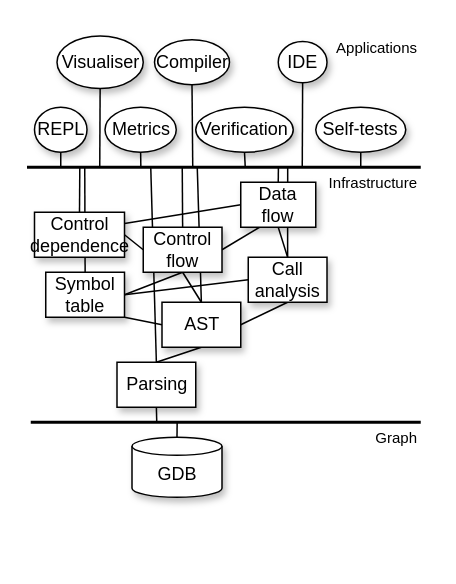
P4ELTE/P4Query keeps this draw.io diagram as publications/The_tool_intro/figures/arch-deps.drawio. Above is the earlier version. Source tidied: cells renumbered, new cells numbered last; positions are measured from the earlier drawing's top-left corner, leaving out a move shared by most shapes. Both pictures are drawn from the tidied source at 150%, with x=0, y=0 at pixel (27, 32).
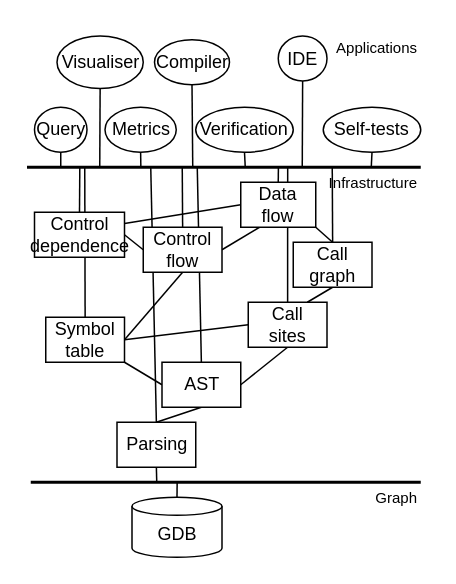
The same page after the edit.

Commit message (it also covers changes not shown here):
pub: moved gremlin part to S4.1, fixed cites (macs20 still missing) and refs, added related work (referl, java, c), fixes in deps figure, added filename to visualisation command

What changed in the source:
```diff
@@
-    <mxCell id="2" style="edgeStyle=none;rounded=0;jettySize=auto;html=1;exitX=0.5;exitY=0;exitDx=0;exitDy=0;exitPerimeter=0;endArrow=none;endFill=0;strokeWidth=1;fillColor=#ffffff;fontFamily=STIX;" parent="1" edge="1" source="3">
+    <mxCell id="2" style="edgeStyle=none;rounded=0;jettySize=auto;html=1;exitX=0.5;exitY=0;exitDx=0;exitDy=0;exitPerimeter=0;endArrow=none;endFill=0;strokeWidth=1;fillColor=#ffffff;fontFamily=STIX;shadow=0;" parent="1" edge="1" source="3">
       <mxGeometry relative="1" as="geometry">
-        <mxPoint x="99.6" y="260" as="targetPoint" />
+        <mxPoint x="99.6" y="300" as="targetPoint" />
       </mxGeometry>
     </mxCell>
-    <mxCell id="3" value="&lt;font face=&quot;STIX&quot;&gt;GDB&lt;/font&gt;" style="shape=cylinder3;whiteSpace=wrap;html=1;boundedLbl=1;backgroundOutline=1;size=6;shadow=1;" parent="1" vertex="1">
-      <mxGeometry x="69.5" y="270" width="60" height="40" as="geometry" />
+    <mxCell id="3" value="&lt;font face=&quot;STIX&quot;&gt;GDB&lt;/font&gt;" style="shape=cylinder3;whiteSpace=wrap;html=1;boundedLbl=1;backgroundOutline=1;size=6;shadow=0;" parent="1" vertex="1">
+      <mxGeometry x="69.5" y="310" width="60" height="40" as="geometry" />
     </mxCell>
-    <mxCell id="4" style="edgeStyle=none;rounded=0;jettySize=auto;html=1;exitX=0.5;exitY=1;exitDx=0;exitDy=0;endArrow=none;endFill=0;fillColor=#ffffff;fontFamily=STIX;" parent="1" edge="1" source="6">
+    <mxCell id="4" style="edgeStyle=none;rounded=0;jettySize=auto;html=1;exitX=0.5;exitY=1;exitDx=0;exitDy=0;endArrow=none;endFill=0;fillColor=#ffffff;fontFamily=STIX;shadow=0;" parent="1" edge="1" source="6">
       <mxGeometry relative="1" as="geometry">
-        <mxPoint x="86" y="260" as="targetPoint" />
+        <mxPoint x="86" y="300" as="targetPoint" />
       </mxGeometry>
     </mxCell>
-    <mxCell id="5" style="edgeStyle=none;rounded=0;jettySize=auto;html=1;exitX=0.5;exitY=0;exitDx=0;exitDy=0;endArrow=none;endFill=0;strokeWidth=1;fillColor=#ffffff;fontFamily=STIX;" parent="1" edge="1" source="6">
+    <mxCell id="5" style="edgeStyle=none;rounded=0;jettySize=auto;html=1;exitX=0.5;exitY=0;exitDx=0;exitDy=0;endArrow=none;endFill=0;strokeWidth=1;fillColor=#ffffff;fontFamily=STIX;shadow=0;" parent="1" edge="1" source="6">
       <mxGeometry relative="1" as="geometry">
         <mxPoint x="82" y="90" as="targetPoint" />
       </mxGeometry>
     </mxCell>
-    <mxCell id="6" value="Parsing" style="rounded=0;whiteSpace=wrap;html=1;fontFamily=STIX;shadow=1;" parent="1" vertex="1">
-      <mxGeometry x="59.5" y="220" width="52.5" height="30" as="geometry" />
+    <mxCell id="6" value="Parsing" style="rounded=0;whiteSpace=wrap;html=1;fontFamily=STIX;shadow=0;" parent="1" vertex="1">
+      <mxGeometry x="59.5" y="260" width="52.5" height="30" as="geometry" />
     </mxCell>
-    <mxCell id="7" style="edgeStyle=none;rounded=0;jettySize=auto;html=1;exitX=0.5;exitY=1;exitDx=0;exitDy=0;entryX=0.5;entryY=0;entryDx=0;entryDy=0;endArrow=none;endFill=0;fillColor=#ffffff;fontFamily=STIX;" parent="1" edge="1" source="30" target="6">
+    <mxCell id="7" style="edgeStyle=none;rounded=0;jettySize=auto;html=1;exitX=0.5;exitY=1;exitDx=0;exitDy=0;entryX=0.5;entryY=0;entryDx=0;entryDy=0;endArrow=none;endFill=0;fillColor=#ffffff;fontFamily=STIX;shadow=0;" parent="1" edge="1" source="30" target="6">
       <mxGeometry relative="1" as="geometry" />
     </mxCell>
-    <mxCell id="8" style="edgeStyle=none;rounded=0;jettySize=auto;html=1;exitX=1;exitY=1;exitDx=0;exitDy=0;entryX=0;entryY=0.5;entryDx=0;entryDy=0;endArrow=none;endFill=0;fillColor=#ffffff;fontFamily=STIX;" parent="1" edge="1" source="32" target="30">
+    <mxCell id="8" style="edgeStyle=none;rounded=0;jettySize=auto;html=1;exitX=1;exitY=1;exitDx=0;exitDy=0;entryX=0;entryY=0.5;entryDx=0;entryDy=0;endArrow=none;endFill=0;fillColor=#ffffff;fontFamily=STIX;shadow=0;" parent="1" edge="1" source="32" target="30">
       <mxGeometry relative="1" as="geometry" />
     </mxCell>
-    <mxCell id="9" style="edgeStyle=none;rounded=0;jettySize=auto;html=1;exitX=0;exitY=0.5;exitDx=0;exitDy=0;entryX=1;entryY=0.5;entryDx=0;entryDy=0;endArrow=none;endFill=0;fillColor=#ffffff;fontFamily=STIX;" parent="1" edge="1" source="34" target="32">
-      <mxGeometry relative="1" as="geometry" />
+    <mxCell id="9" style="edgeStyle=none;rounded=0;jettySize=auto;html=1;exitX=0;exitY=0.5;exitDx=0;exitDy=0;entryX=1;entryY=0.5;entryDx=0;entryDy=0;endArrow=none;endFill=0;fillColor=#ffffff;fontFamily=STIX;shadow=0;" parent="1" edge="1" target="32">
+      <mxGeometry relative="1" as="geometry">
+        <mxPoint x="147" y="195" as="sourcePoint" />
+      </mxGeometry>
     </mxCell>
-    <mxCell id="10" style="edgeStyle=none;rounded=0;jettySize=auto;html=1;exitX=0.5;exitY=1;exitDx=0;exitDy=0;entryX=1;entryY=0.5;entryDx=0;entryDy=0;endArrow=none;endFill=0;fillColor=#ffffff;fontFamily=STIX;" parent="1" edge="1" source="34" target="30">
+    <mxCell id="10" style="edgeStyle=none;rounded=0;jettySize=auto;html=1;exitX=0.5;exitY=1;exitDx=0;exitDy=0;entryX=1;entryY=0.5;entryDx=0;entryDy=0;endArrow=none;endFill=0;fillColor=#ffffff;fontFamily=STIX;shadow=0;" parent="1" edge="1" source="34" target="30">
       <mxGeometry relative="1" as="geometry" />
     </mxCell>
-    <mxCell id="11" style="edgeStyle=none;rounded=0;jettySize=auto;html=1;exitX=0.5;exitY=1;exitDx=0;exitDy=0;entryX=0.5;entryY=0;entryDx=0;entryDy=0;endArrow=none;endFill=0;fillColor=#ffffff;fontFamily=STIX;" parent="1" edge="1" source="36" target="30">
-      <mxGeometry relative="1" as="geometry" />
-    </mxCell>
-    <mxCell id="12" style="edgeStyle=none;rounded=0;jettySize=auto;html=1;exitX=0.5;exitY=1;exitDx=0;exitDy=0;entryX=1;entryY=0.5;entryDx=0;entryDy=0;endArrow=none;endFill=0;fillColor=#ffffff;fontFamily=STIX;" parent="1" edge="1" source="36" target="32">
+    <mxCell id="12" style="edgeStyle=none;rounded=0;jettySize=auto;html=1;exitX=0.5;exitY=1;exitDx=0;exitDy=0;entryX=1;entryY=0.5;entryDx=0;entryDy=0;endArrow=none;endFill=0;fillColor=#ffffff;fontFamily=STIX;shadow=0;" parent="1" edge="1" source="36" target="32">
       <mxGeometry relative="1" as="geometry" />
     </mxCell>
-    <mxCell id="13" style="edgeStyle=none;rounded=0;jettySize=auto;html=1;exitX=0;exitY=0.5;exitDx=0;exitDy=0;entryX=1;entryY=0.25;entryDx=0;entryDy=0;endArrow=none;endFill=0;fillColor=#ffffff;fontFamily=STIX;" parent="1" edge="1" source="38" target="40">
+    <mxCell id="13" style="edgeStyle=none;rounded=0;jettySize=auto;html=1;exitX=0;exitY=0.5;exitDx=0;exitDy=0;entryX=1;entryY=0.25;entryDx=0;entryDy=0;endArrow=none;endFill=0;fillColor=#ffffff;fontFamily=STIX;shadow=0;" parent="1" edge="1" source="38" target="40">
       <mxGeometry relative="1" as="geometry" />
     </mxCell>
-    <mxCell id="14" style="edgeStyle=none;rounded=0;jettySize=auto;html=1;exitX=0.5;exitY=1;exitDx=0;exitDy=0;entryX=0.5;entryY=0;entryDx=0;entryDy=0;endArrow=none;endFill=0;fillColor=#ffffff;fontFamily=STIX;" parent="1" edge="1" source="38" target="34">
+    <mxCell id="14" style="edgeStyle=none;rounded=0;jettySize=auto;html=1;exitX=1;exitY=1;exitDx=0;exitDy=0;entryX=0.5;entryY=0;entryDx=0;entryDy=0;endArrow=none;endFill=0;fillColor=#ffffff;fontFamily=STIX;shadow=0;" parent="1" edge="1" source="38" target="49">
       <mxGeometry relative="1" as="geometry" />
     </mxCell>
-    <mxCell id="15" style="edgeStyle=none;rounded=0;jettySize=auto;html=1;exitX=0.25;exitY=1;exitDx=0;exitDy=0;entryX=1;entryY=0.5;entryDx=0;entryDy=0;endArrow=none;endFill=0;fillColor=#ffffff;fontFamily=STIX;" parent="1" edge="1" source="38" target="36">
+    <mxCell id="15" style="edgeStyle=none;rounded=0;jettySize=auto;html=1;exitX=0.25;exitY=1;exitDx=0;exitDy=0;entryX=1;entryY=0.5;entryDx=0;entryDy=0;endArrow=none;endFill=0;fillColor=#ffffff;fontFamily=STIX;shadow=0;" parent="1" edge="1" source="38" target="36">
       <mxGeometry relative="1" as="geometry" />
     </mxCell>
-    <mxCell id="16" style="edgeStyle=none;rounded=0;jettySize=auto;html=1;exitX=1;exitY=0.5;exitDx=0;exitDy=0;entryX=0;entryY=0.5;entryDx=0;entryDy=0;endArrow=none;endFill=0;fillColor=#ffffff;fontFamily=STIX;" parent="1" edge="1" source="40" target="36">
+    <mxCell id="16" style="edgeStyle=none;rounded=0;jettySize=auto;html=1;exitX=1;exitY=0.5;exitDx=0;exitDy=0;entryX=0;entryY=0.5;entryDx=0;entryDy=0;endArrow=none;endFill=0;fillColor=#ffffff;fontFamily=STIX;shadow=0;" parent="1" edge="1" source="40" target="36">
       <mxGeometry relative="1" as="geometry" />
     </mxCell>
-    <mxCell id="17" style="edgeStyle=none;rounded=0;jettySize=auto;html=1;exitX=0.5;exitY=1;exitDx=0;exitDy=0;endArrow=none;endFill=0;fillColor=#ffffff;fontFamily=STIX;" parent="1" edge="1" source="18">
+    <mxCell id="17" style="edgeStyle=none;rounded=0;jettySize=auto;html=1;exitX=0.5;exitY=1;exitDx=0;exitDy=0;endArrow=none;endFill=0;fillColor=#ffffff;fontFamily=STIX;shadow=0;" parent="1" edge="1" source="18">
       <mxGeometry relative="1" as="geometry">
         <mxPoint x="110" y="90" as="targetPoint" />
       </mxGeometry>
     </mxCell>
-    <mxCell id="18" value="Compiler" style="ellipse;whiteSpace=wrap;html=1;fontFamily=STIX;shadow=1;" parent="1" vertex="1">
+    <mxCell id="18" value="Compiler" style="ellipse;whiteSpace=wrap;html=1;fontFamily=STIX;shadow=0;" parent="1" vertex="1">
       <mxGeometry x="84.5" y="5" width="50" height="30" as="geometry" />
     </mxCell>
-    <mxCell id="19" style="edgeStyle=none;rounded=0;jettySize=auto;html=1;exitX=0.5;exitY=1;exitDx=0;exitDy=0;endArrow=none;endFill=0;fillColor=#ffffff;fontFamily=STIX;" parent="1" edge="1" source="20">
+    <mxCell id="19" style="edgeStyle=none;rounded=0;jettySize=auto;html=1;exitX=0.5;exitY=1;exitDx=0;exitDy=0;endArrow=none;endFill=0;fillColor=#ffffff;fontFamily=STIX;shadow=0;" parent="1" edge="1" source="20">
       <mxGeometry relative="1" as="geometry">
         <mxPoint x="145" y="90" as="targetPoint" />
       </mxGeometry>
     </mxCell>
-    <mxCell id="20" value="Verification" style="ellipse;whiteSpace=wrap;html=1;fontFamily=STIX;shadow=1;" parent="1" vertex="1">
+    <mxCell id="20" value="Verification" style="ellipse;whiteSpace=wrap;html=1;fontFamily=STIX;shadow=0;" parent="1" vertex="1">
       <mxGeometry x="112" y="50" width="65" height="30" as="geometry" />
     </mxCell>
-    <mxCell id="21" style="edgeStyle=none;rounded=0;jettySize=auto;html=1;exitX=0.5;exitY=1;exitDx=0;exitDy=0;endArrow=none;endFill=0;strokeWidth=1;fillColor=#ffffff;fontFamily=STIX;" parent="1" edge="1" source="22">
+    <mxCell id="21" style="edgeStyle=none;rounded=0;jettySize=auto;html=1;exitX=0.5;exitY=1;exitDx=0;exitDy=0;endArrow=none;endFill=0;strokeWidth=1;fillColor=#ffffff;fontFamily=STIX;shadow=0;" parent="1" edge="1" source="22">
       <mxGeometry relative="1" as="geometry">
         <mxPoint x="75.4" y="90" as="targetPoint" />
       </mxGeometry>
     </mxCell>
-    <mxCell id="22" value="Metrics" style="ellipse;whiteSpace=wrap;html=1;fontFamily=STIX;shadow=1;" parent="1" vertex="1">
+    <mxCell id="22" value="Metrics" style="ellipse;whiteSpace=wrap;html=1;fontFamily=STIX;shadow=0;" parent="1" vertex="1">
       <mxGeometry x="51.5" y="50" width="47.5" height="30" as="geometry" />
     </mxCell>
-    <mxCell id="23" style="edgeStyle=none;rounded=0;jettySize=auto;html=1;exitX=0.5;exitY=1;exitDx=0;exitDy=0;endArrow=none;endFill=0;fillColor=#ffffff;fontFamily=STIX;" parent="1" edge="1" source="24">
+    <mxCell id="23" style="edgeStyle=none;rounded=0;jettySize=auto;html=1;exitX=0.5;exitY=1;exitDx=0;exitDy=0;endArrow=none;endFill=0;fillColor=#ffffff;fontFamily=STIX;shadow=0;" parent="1" edge="1" source="24">
       <mxGeometry relative="1" as="geometry">
         <mxPoint x="48" y="90" as="targetPoint" />
       </mxGeometry>
     </mxCell>
-    <mxCell id="24" value="Visualiser" style="ellipse;whiteSpace=wrap;html=1;fontFamily=STIX;shadow=1;" parent="1" vertex="1">
+    <mxCell id="24" value="Visualiser" style="ellipse;whiteSpace=wrap;html=1;fontFamily=STIX;shadow=0;" parent="1" vertex="1">
       <mxGeometry x="19.5" y="2.5" width="57.5" height="35" as="geometry" />
     </mxCell>
-    <mxCell id="25" style="edgeStyle=none;rounded=0;jettySize=auto;html=1;exitX=0.5;exitY=1;exitDx=0;exitDy=0;endArrow=none;endFill=0;fillColor=#ffffff;fontFamily=STIX;" parent="1" edge="1" source="26">
+    <mxCell id="25" style="edgeStyle=none;rounded=0;jettySize=auto;html=1;exitX=0.5;exitY=1;exitDx=0;exitDy=0;endArrow=none;endFill=0;fillColor=#ffffff;fontFamily=STIX;shadow=0;" parent="1" edge="1" source="26">
       <mxGeometry relative="1" as="geometry">
         <mxPoint x="22" y="90" as="targetPoint" />
       </mxGeometry>
     </mxCell>
-    <mxCell id="26" value="REPL" style="ellipse;whiteSpace=wrap;html=1;fontFamily=STIX;shadow=1;" parent="1" vertex="1">
+    <mxCell id="26" value="Query" style="ellipse;whiteSpace=wrap;html=1;fontFamily=STIX;shadow=0;" parent="1" vertex="1">
       <mxGeometry x="4.5" y="50" width="35" height="30" as="geometry" />
     </mxCell>
-    <mxCell id="27" style="edgeStyle=none;rounded=0;jettySize=auto;html=1;exitX=0.5;exitY=1;exitDx=0;exitDy=0;endArrow=none;endFill=0;fillColor=#ffffff;fontFamily=STIX;" parent="1" edge="1" source="28">
+    <mxCell id="27" style="edgeStyle=none;rounded=0;jettySize=auto;html=1;exitX=0.5;exitY=1;exitDx=0;exitDy=0;endArrow=none;endFill=0;fillColor=#ffffff;fontFamily=STIX;shadow=0;" parent="1" edge="1" source="28">
       <mxGeometry relative="1" as="geometry">
         <mxPoint x="183" y="90" as="targetPoint" />
       </mxGeometry>
     </mxCell>
-    <mxCell id="28" value="IDE" style="ellipse;whiteSpace=wrap;html=1;fontFamily=STIX;shadow=1;" parent="1" vertex="1">
-      <mxGeometry x="167" y="6.2" width="32.5" height="27.5" as="geometry" />
+    <mxCell id="28" value="IDE" style="ellipse;whiteSpace=wrap;html=1;fontFamily=STIX;shadow=0;" parent="1" vertex="1">
+      <mxGeometry x="167" y="2.5" width="32.5" height="30" as="geometry" />
     </mxCell>
-    <mxCell id="29" style="edgeStyle=none;rounded=0;jettySize=auto;html=1;exitX=0.5;exitY=0;exitDx=0;exitDy=0;endArrow=none;endFill=0;fillColor=#ffffff;fontFamily=STIX;" parent="1" edge="1" source="30">
+    <mxCell id="29" style="edgeStyle=none;rounded=0;jettySize=auto;html=1;exitX=0.5;exitY=0;exitDx=0;exitDy=0;endArrow=none;endFill=0;fillColor=#ffffff;fontFamily=STIX;shadow=0;" parent="1" edge="1" source="30">
       <mxGeometry relative="1" as="geometry">
         <mxPoint x="113" y="90" as="targetPoint" />
       </mxGeometry>
     </mxCell>
-    <mxCell id="30" value="&lt;font&gt;AST&lt;/font&gt;" style="rounded=0;whiteSpace=wrap;html=1;fontFamily=STIX;shadow=1;" parent="1" vertex="1">
-      <mxGeometry x="89.5" y="180" width="52.5" height="30" as="geometry" />
+    <mxCell id="30" value="&lt;font&gt;AST&lt;/font&gt;" style="rounded=0;whiteSpace=wrap;html=1;fontFamily=STIX;shadow=0;" parent="1" vertex="1">
+      <mxGeometry x="89.5" y="220" width="52.5" height="30" as="geometry" />
     </mxCell>
-    <mxCell id="31" style="edgeStyle=none;rounded=0;jettySize=auto;html=1;exitX=0.5;exitY=0;exitDx=0;exitDy=0;endArrow=none;endFill=0;fillColor=#ffffff;fontFamily=STIX;" parent="1" edge="1" source="32">
+    <mxCell id="31" style="edgeStyle=none;rounded=0;jettySize=auto;html=1;exitX=0.5;exitY=0;exitDx=0;exitDy=0;endArrow=none;endFill=0;fillColor=#ffffff;fontFamily=STIX;shadow=0;" parent="1" edge="1" source="32">
       <mxGeometry relative="1" as="geometry">
         <mxPoint x="38" y="90" as="targetPoint" />
       </mxGeometry>
     </mxCell>
-    <mxCell id="32" value="&lt;div&gt;Symbol&lt;br&gt;table&lt;br&gt;&lt;/div&gt;" style="rounded=0;whiteSpace=wrap;html=1;fontFamily=STIX;shadow=1;" parent="1" vertex="1">
-      <mxGeometry x="12" y="160" width="52.5" height="30" as="geometry" />
+    <mxCell id="32" value="&lt;div&gt;Symbol&lt;br&gt;table&lt;br&gt;&lt;/div&gt;" style="rounded=0;whiteSpace=wrap;html=1;fontFamily=STIX;shadow=0;" parent="1" vertex="1">
+      <mxGeometry x="12" y="190" width="52.5" height="30" as="geometry" />
     </mxCell>
-    <mxCell id="33" style="edgeStyle=none;rounded=0;jettySize=auto;html=1;exitX=0.5;exitY=0;exitDx=0;exitDy=0;endArrow=none;endFill=0;fillColor=#ffffff;fontFamily=STIX;" parent="1" edge="1" source="34">
+    <mxCell id="33" style="edgeStyle=none;rounded=0;jettySize=auto;html=1;exitX=0.5;exitY=0;exitDx=0;exitDy=0;endArrow=none;endFill=0;fillColor=#ffffff;fontFamily=STIX;shadow=0;" parent="1" edge="1" source="34">
       <mxGeometry relative="1" as="geometry">
         <mxPoint x="173.3" y="90" as="targetPoint" />
       </mxGeometry>
     </mxCell>
-    <mxCell id="34" value="&lt;div&gt;Call&lt;/div&gt;&lt;div&gt;analysis&lt;br&gt;&lt;/div&gt;" style="rounded=0;whiteSpace=wrap;html=1;fontFamily=STIX;shadow=1;" parent="1" vertex="1">
-      <mxGeometry x="147" y="150" width="52.5" height="30" as="geometry" />
+    <mxCell id="34" value="&lt;div&gt;Call&lt;/div&gt;sites" style="rounded=0;whiteSpace=wrap;html=1;fontFamily=STIX;shadow=0;" parent="1" vertex="1">
+      <mxGeometry x="147" y="180" width="52.5" height="30" as="geometry" />
     </mxCell>
-    <mxCell id="35" style="edgeStyle=none;rounded=0;jettySize=auto;html=1;exitX=0.5;exitY=0;exitDx=0;exitDy=0;endArrow=none;endFill=0;fillColor=#ffffff;fontFamily=STIX;" parent="1" edge="1" source="36">
+    <mxCell id="35" style="edgeStyle=none;rounded=0;jettySize=auto;html=1;exitX=0.5;exitY=0;exitDx=0;exitDy=0;endArrow=none;endFill=0;fillColor=#ffffff;fontFamily=STIX;shadow=0;" parent="1" edge="1" source="36">
       <mxGeometry relative="1" as="geometry">
         <mxPoint x="103" y="90" as="targetPoint" />
       </mxGeometry>
     </mxCell>
-    <mxCell id="36" value="Control flow" style="rounded=0;whiteSpace=wrap;html=1;fontFamily=STIX;shadow=1;" parent="1" vertex="1">
+    <mxCell id="36" value="Control flow" style="rounded=0;whiteSpace=wrap;html=1;fontFamily=STIX;shadow=0;" parent="1" vertex="1">
       <mxGeometry x="77" y="130" width="52.5" height="30" as="geometry" />
     </mxCell>
-    <mxCell id="37" style="edgeStyle=none;rounded=0;jettySize=auto;html=1;exitX=0.5;exitY=0;exitDx=0;exitDy=0;endArrow=none;endFill=0;fillColor=#ffffff;fontFamily=STIX;" parent="1" edge="1" source="38">
+    <mxCell id="37" style="edgeStyle=none;rounded=0;jettySize=auto;html=1;exitX=0.5;exitY=0;exitDx=0;exitDy=0;endArrow=none;endFill=0;fillColor=#ffffff;fontFamily=STIX;shadow=0;" parent="1" edge="1" source="38">
       <mxGeometry relative="1" as="geometry">
         <mxPoint x="167.1" y="90" as="targetPoint" />
       </mxGeometry>
     </mxCell>
-    <mxCell id="38" value="Data flow" style="rounded=0;whiteSpace=wrap;html=1;fontFamily=STIX;shadow=1;" parent="1" vertex="1">
+    <mxCell id="38" value="Data flow" style="rounded=0;whiteSpace=wrap;html=1;fontFamily=STIX;shadow=0;" parent="1" vertex="1">
       <mxGeometry x="142" y="100" width="50" height="30" as="geometry" />
     </mxCell>
-    <mxCell id="39" style="edgeStyle=none;rounded=0;jettySize=auto;html=1;exitX=0.5;exitY=0;exitDx=0;exitDy=0;endArrow=none;endFill=0;fillColor=#ffffff;fontFamily=STIX;" parent="1" edge="1" source="40">
+    <mxCell id="39" style="edgeStyle=none;rounded=0;jettySize=auto;html=1;exitX=0.5;exitY=0;exitDx=0;exitDy=0;endArrow=none;endFill=0;fillColor=#ffffff;fontFamily=STIX;shadow=0;" parent="1" edge="1" source="40">
       <mxGeometry relative="1" as="geometry">
         <mxPoint x="34.7" y="90" as="targetPoint" />
       </mxGeometry>
     </mxCell>
-    <mxCell id="40" value="&lt;div&gt;Control&lt;/div&gt;&lt;div&gt;dependence&lt;br&gt;&lt;/div&gt;" style="rounded=0;whiteSpace=wrap;html=1;fontFamily=STIX;shadow=1;" parent="1" vertex="1">
+    <mxCell id="40" value="&lt;div&gt;Control&lt;/div&gt;&lt;div&gt;dependence&lt;br&gt;&lt;/div&gt;" style="rounded=0;whiteSpace=wrap;html=1;fontFamily=STIX;shadow=0;" parent="1" vertex="1">
       <mxGeometry x="4.5" y="120" width="60" height="30" as="geometry" />
     </mxCell>
-    <mxCell id="41" style="endArrow=none;html=1;fillColor=#ffffff;fontFamily=STIX;strokeWidth=2;" parent="1" edge="1">
+    <mxCell id="41" style="endArrow=none;html=1;fillColor=#ffffff;fontFamily=STIX;strokeWidth=2;shadow=0;" parent="1" edge="1">
       <mxGeometry relative="1" as="geometry">
-        <mxPoint x="2" y="260" as="sourcePoint" />
-        <mxPoint x="262" y="260" as="targetPoint" />
+        <mxPoint x="2" y="300" as="sourcePoint" />
+        <mxPoint x="262" y="300" as="targetPoint" />
       </mxGeometry>
     </mxCell>
-    <mxCell id="42" style="endArrow=none;html=1;fillColor=#ffffff;fontFamily=STIX;strokeWidth=2;" parent="1" edge="1">
+    <mxCell id="42" style="endArrow=none;html=1;fillColor=#ffffff;fontFamily=STIX;strokeWidth=2;shadow=0;" parent="1" edge="1">
       <mxGeometry relative="1" as="geometry">
         <mxPoint x="-0.5" y="90" as="sourcePoint" />
         <mxPoint x="262" y="90" as="targetPoint" />
       </mxGeometry>
     </mxCell>
-    <mxCell id="43" value="Applications" style="text;html=1;strokeColor=none;fillColor=none;align=right;verticalAlign=middle;whiteSpace=wrap;rounded=0;shadow=1;fontFamily=STIX;fontSize=10;" parent="1" vertex="1">
+    <mxCell id="43" value="Applications" style="text;html=1;strokeColor=none;fillColor=none;align=right;verticalAlign=middle;whiteSpace=wrap;rounded=0;shadow=0;fontFamily=STIX;fontSize=10;" parent="1" vertex="1">
       <mxGeometry x="222" width="40" height="20" as="geometry" />
     </mxCell>
-    <mxCell id="44" value="Infrastructure" style="text;html=1;strokeColor=none;fillColor=none;align=right;verticalAlign=middle;whiteSpace=wrap;rounded=0;shadow=1;fontFamily=STIX;fontSize=10;" parent="1" vertex="1">
+    <mxCell id="44" value="Infrastructure" style="text;html=1;strokeColor=none;fillColor=none;align=right;verticalAlign=middle;whiteSpace=wrap;rounded=0;shadow=0;fontFamily=STIX;fontSize=10;" parent="1" vertex="1">
       <mxGeometry x="222" y="90" width="40" height="20" as="geometry" />
     </mxCell>
-    <mxCell id="45" value="Graph" style="text;html=1;strokeColor=none;fillColor=none;align=right;verticalAlign=middle;whiteSpace=wrap;rounded=0;shadow=1;fontFamily=STIX;fontSize=10;" parent="1" vertex="1">
-      <mxGeometry x="222" y="260" width="40" height="20" as="geometry" />
+    <mxCell id="45" value="Graph" style="text;html=1;strokeColor=none;fillColor=none;align=right;verticalAlign=middle;whiteSpace=wrap;rounded=0;shadow=0;fontFamily=STIX;fontSize=10;" parent="1" vertex="1">
+      <mxGeometry x="222" y="300" width="40" height="20" as="geometry" />
     </mxCell>
-    <mxCell id="46" style="edgeStyle=orthogonalEdgeStyle;rounded=0;jettySize=auto;html=1;exitX=0.5;exitY=1;exitDx=0;exitDy=0;entryX=0;entryY=0;entryDx=0;entryDy=0;endArrow=none;endFill=0;" parent="1" edge="1" source="47" target="44">
-      <mxGeometry relative="1" as="geometry" />
-    </mxCell>
+    <mxCell id="48" style="rounded=0;jettySize=auto;html=1;exitX=0.5;exitY=1;exitDx=0;exitDy=0;entryX=0.75;entryY=0;entryDx=0;entryDy=0;shadow=0;endArrow=none;endFill=0;" parent="1" edge="1" source="49" target="34">
+      <mxGeometry relative="1" as="geometry" />
+    </mxCell>
+    <mxCell id="49" value="&lt;div&gt;Call&lt;/div&gt;&lt;div&gt;graph&lt;br&gt;&lt;/div&gt;" style="rounded=0;whiteSpace=wrap;html=1;fontFamily=STIX;shadow=0;" parent="1" vertex="1">
+      <mxGeometry x="177" y="140" width="52.5" height="30" as="geometry" />
+    </mxCell>
+    <mxCell id="50" style="edgeStyle=none;rounded=0;jettySize=auto;html=1;entryX=0.5;entryY=0;entryDx=0;entryDy=0;endArrow=none;endFill=0;fillColor=#ffffff;fontFamily=STIX;shadow=0;" parent="1" edge="1" target="49">
+      <mxGeometry relative="1" as="geometry">
+        <mxPoint x="203" y="90" as="sourcePoint" />
+      </mxGeometry>
+    </mxCell>
+    <mxCell id="51" style="edgeStyle=none;rounded=0;jettySize=auto;html=1;exitX=0.5;exitY=1;exitDx=0;exitDy=0;shadow=0;endArrow=none;endFill=0;" parent="1" edge="1" source="47">
+      <mxGeometry relative="1" as="geometry">
+        <mxPoint x="229" y="90" as="targetPoint" />
+      </mxGeometry>
+    </mxCell>
-    <mxCell id="47" value="Self-tests" style="ellipse;whiteSpace=wrap;html=1;fontFamily=STIX;shadow=1;" parent="1" vertex="1">
-      <mxGeometry x="192" y="50" width="60" height="30" as="geometry" />
+    <mxCell id="47" value="&lt;div&gt;Self-tests&lt;/div&gt;" style="ellipse;whiteSpace=wrap;html=1;fontFamily=STIX;shadow=0;" parent="1" vertex="1">
+      <mxGeometry x="197" y="50" width="65" height="30" as="geometry" />
     </mxCell>
```
